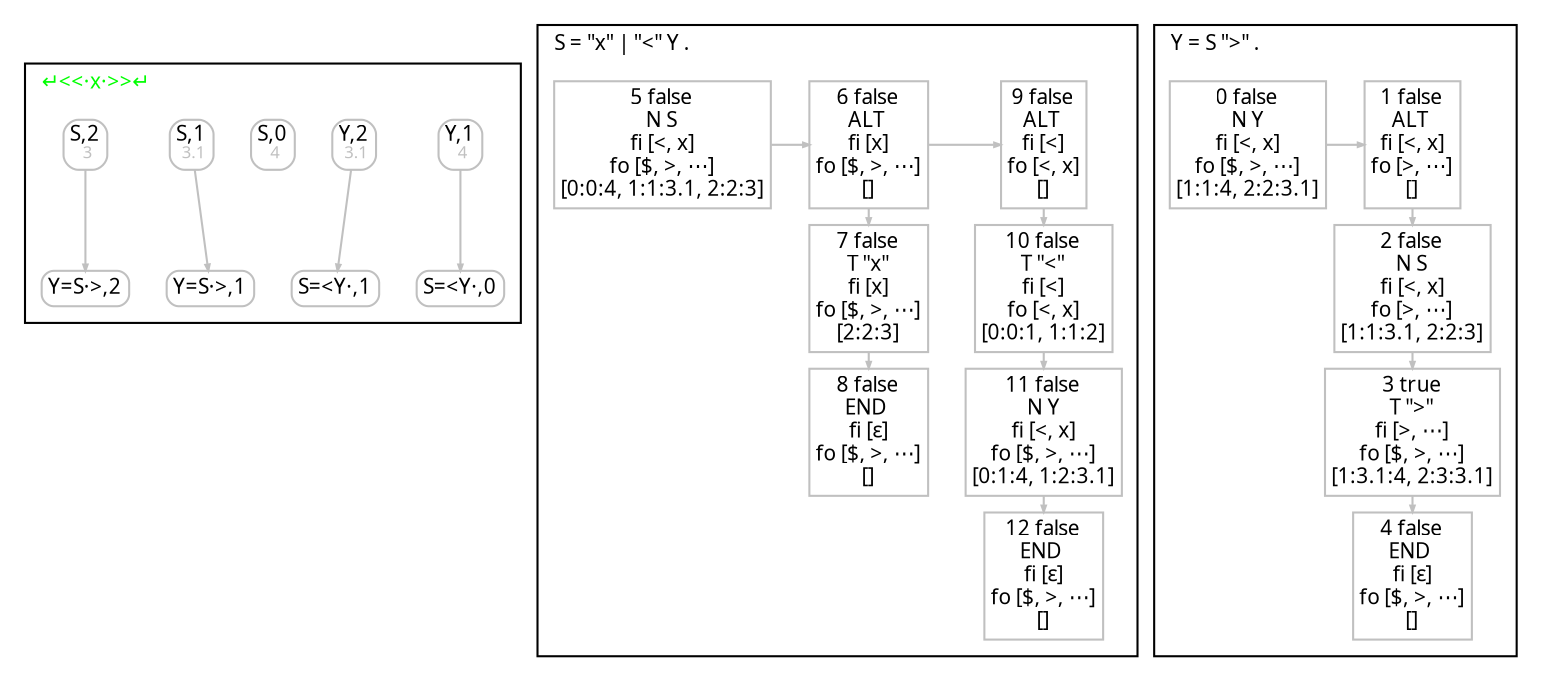
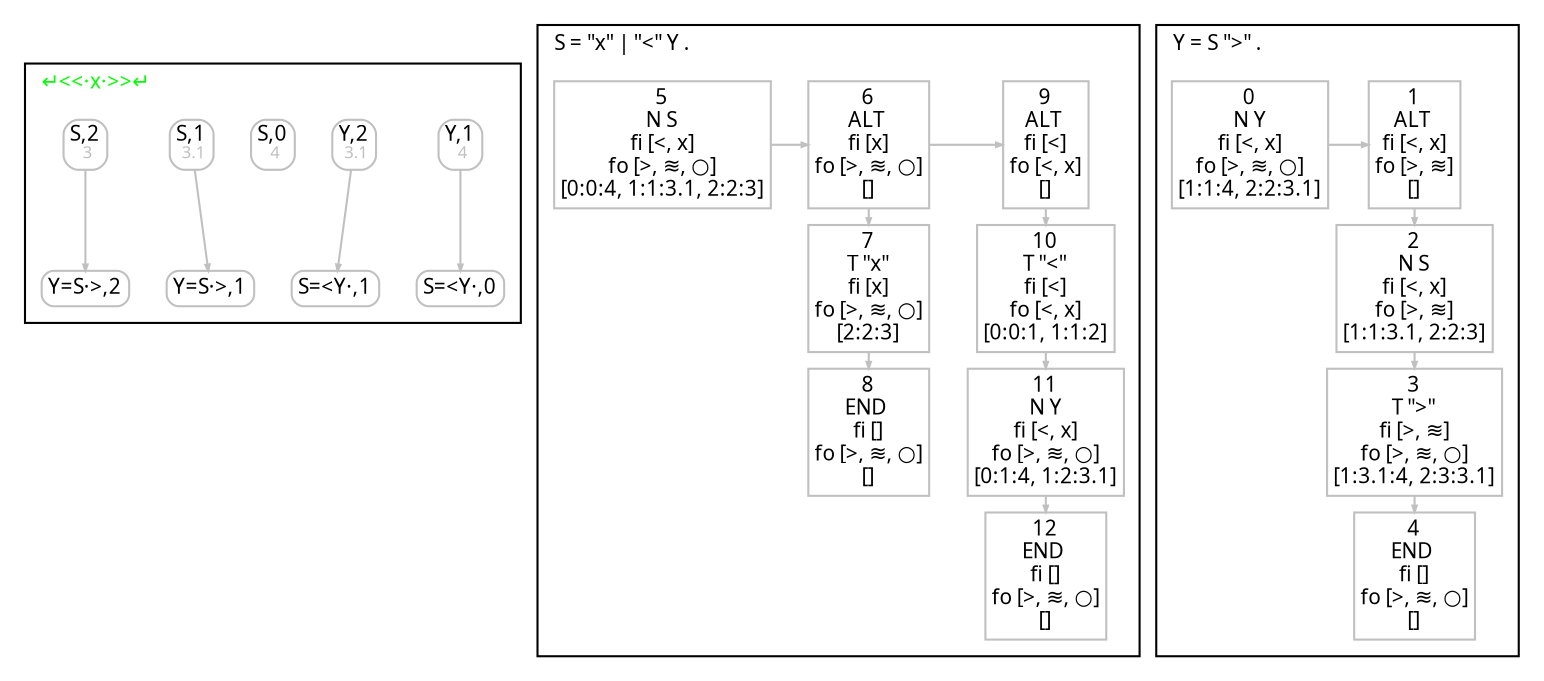
digraph G {
  fontname = Menlo
  fontsize = 10
  node [fontname = Menlo, fontsize = 10, color = gray, height = 0, width = 0, margin= 0.04]
  edge [fontname = Menlo, fontsize = 10, color = gray, arrowsize = 0.3]
  graph [ranksep = 0.1]
  rankdir = "TB"
  subgraph CallReturnForest {
    cluster = true
    label = <↵&lt;&lt;·x·&gt;&gt;↵> fontcolor = green
    labeljust = l
    node [shape = box, style = rounded, height = 0]
    0.1 [label = <Y,1<br/><font color="gray" point-size="8.0"> 4</font>>]
    0.1 -> 11.0
    0.2 [label = <Y,2<br/><font color="gray" point-size="8.0"> 3.1</font>>]
    0.2 -> 11.1
    5.0 [label = <S,0<br/><font color="gray" point-size="8.0"> 4</font>>]
    5.1 [label = <S,1<br/><font color="gray" point-size="8.0"> 3.1</font>>]
    5.1 -> 2.1
    5.2 [label = <S,2<br/><font color="gray" point-size="8.0"> 3</font>>]
    5.2 -> 2.2
    11.0 [label = <S=&lt;Y·,0>]
    11.1 [label = <S=&lt;Y·,1>]
    2.1 [label = <Y=S·&gt;,1>]
    2.2 [label = <Y=S·&gt;,2>]
  }
  subgraph clusterS {
    node [shape = box]
    label = <S = "x" | "&lt;" Y .>
    labeljust = l
-     SR0C0 [label = <5 false<br/>N S<br/>fi [&lt;, x]<br/>fo [$, &gt;, ⋯]<br/>[0:0:4, 1:1:3.1, 2:2:3]>]
-     SR0C1 [label = <6 false<br/>ALT <br/>fi [x]<br/>fo [$, &gt;, ⋯]<br/>[]>]
-     SR1C1 [label = <7 false<br/>T "x"<br/>fi [x]<br/>fo [$, &gt;, ⋯]<br/>[2:2:3]>]
-     SR2C1 [label = <8 false<br/>END <br/>fi [ε]<br/>fo [$, &gt;, ⋯]<br/>[]>]
+     SR0C0 [label = <5<br/>N S<br/>fi [&lt;, x]<br/>fo [&gt;, ≋, ○]<br/>[0:0:4, 1:1:3.1, 2:2:3]>]
+     SR0C1 [label = <6<br/>ALT <br/>fi [x]<br/>fo [&gt;, ≋, ○]<br/>[]>]
+     SR1C1 [label = <7<br/>T "x"<br/>fi [x]<br/>fo [&gt;, ≋, ○]<br/>[2:2:3]>]
+     SR2C1 [label = <8<br/>END <br/>fi []<br/>fo [&gt;, ≋, ○]<br/>[]>]
    SR1C1 -> SR2C1 [weight=100000000]
    SR0C1 -> SR1C1 [weight=100000000]
-     SR0C2 [label = <9 false<br/>ALT <br/>fi [&lt;]<br/>fo [&lt;, x]<br/>[]>]
-     SR1C2 [label = <10 false<br/>T "&lt;"<br/>fi [&lt;]<br/>fo [&lt;, x]<br/>[0:0:1, 1:1:2]>]
-     SR2C2 [label = <11 false<br/>N Y<br/>fi [&lt;, x]<br/>fo [$, &gt;, ⋯]<br/>[0:1:4, 1:2:3.1]>]
-     SR3C2 [label = <12 false<br/>END <br/>fi [ε]<br/>fo [$, &gt;, ⋯]<br/>[]>]
+     SR0C2 [label = <9<br/>ALT <br/>fi [&lt;]<br/>fo [&lt;, x]<br/>[]>]
+     SR1C2 [label = <10<br/>T "&lt;"<br/>fi [&lt;]<br/>fo [&lt;, x]<br/>[0:0:1, 1:1:2]>]
+     SR2C2 [label = <11<br/>N Y<br/>fi [&lt;, x]<br/>fo [&gt;, ≋, ○]<br/>[0:1:4, 1:2:3.1]>]
+     SR3C2 [label = <12<br/>END <br/>fi []<br/>fo [&gt;, ≋, ○]<br/>[]>]
    SR2C2 -> SR3C2 [weight=100000000]
    SR1C2 -> SR2C2 [weight=100000000]
    SR0C2 -> SR1C2 [weight=100000000]
    rank = same {SR0C1 -> SR0C2}
    rank = same {SR0C0 -> SR0C1}
    node [style = invis]
    edge [style = invis]
    SR0C0 -> SR1C0 [weight=100000000]
    rank = same {SR1C0 -> SR1C1}
    SR1C0 -> SR2C0 [weight=100000000]
    rank = same {SR2C0 -> SR2C1}
    SR2C0 -> SR3C0 [weight=100000000]
    SR2C1 -> SR3C1 [weight=100000000]
    rank = same {SR3C0 -> SR3C1}
    rank = same {SR3C1 -> SR3C2}
  }
  subgraph clusterY {
    node [shape = box]
    label = <Y = S "&gt;" .>
    labeljust = l
-     YR0C0 [label = <0 false<br/>N Y<br/>fi [&lt;, x]<br/>fo [$, &gt;, ⋯]<br/>[1:1:4, 2:2:3.1]>]
-     YR0C1 [label = <1 false<br/>ALT <br/>fi [&lt;, x]<br/>fo [&gt;, ⋯]<br/>[]>]
-     YR1C1 [label = <2 false<br/>N S<br/>fi [&lt;, x]<br/>fo [&gt;, ⋯]<br/>[1:1:3.1, 2:2:3]>]
-     YR2C1 [label = <3 true<br/>T "&gt;"<br/>fi [&gt;, ⋯]<br/>fo [$, &gt;, ⋯]<br/>[1:3.1:4, 2:3:3.1]>]
-     YR3C1 [label = <4 false<br/>END <br/>fi [ε]<br/>fo [$, &gt;, ⋯]<br/>[]>]
+     YR0C0 [label = <0<br/>N Y<br/>fi [&lt;, x]<br/>fo [&gt;, ≋, ○]<br/>[1:1:4, 2:2:3.1]>]
+     YR0C1 [label = <1<br/>ALT <br/>fi [&lt;, x]<br/>fo [&gt;, ≋]<br/>[]>]
+     YR1C1 [label = <2<br/>N S<br/>fi [&lt;, x]<br/>fo [&gt;, ≋]<br/>[1:1:3.1, 2:2:3]>]
+     YR2C1 [label = <3<br/>T "&gt;"<br/>fi [&gt;, ≋]<br/>fo [&gt;, ≋, ○]<br/>[1:3.1:4, 2:3:3.1]>]
+     YR3C1 [label = <4<br/>END <br/>fi []<br/>fo [&gt;, ≋, ○]<br/>[]>]
    YR2C1 -> YR3C1 [weight=100000000]
    YR1C1 -> YR2C1 [weight=100000000]
    YR0C1 -> YR1C1 [weight=100000000]
    rank = same {YR0C0 -> YR0C1}
    node [style = invis]
    edge [style = invis]
    YR0C0 -> YR1C0 [weight=100000000]
    rank = same {YR1C0 -> YR1C1}
    YR1C0 -> YR2C0 [weight=100000000]
    rank = same {YR2C0 -> YR2C1}
    YR2C0 -> YR3C0 [weight=100000000]
    rank = same {YR3C0 -> YR3C1}
  }
- }+ }
